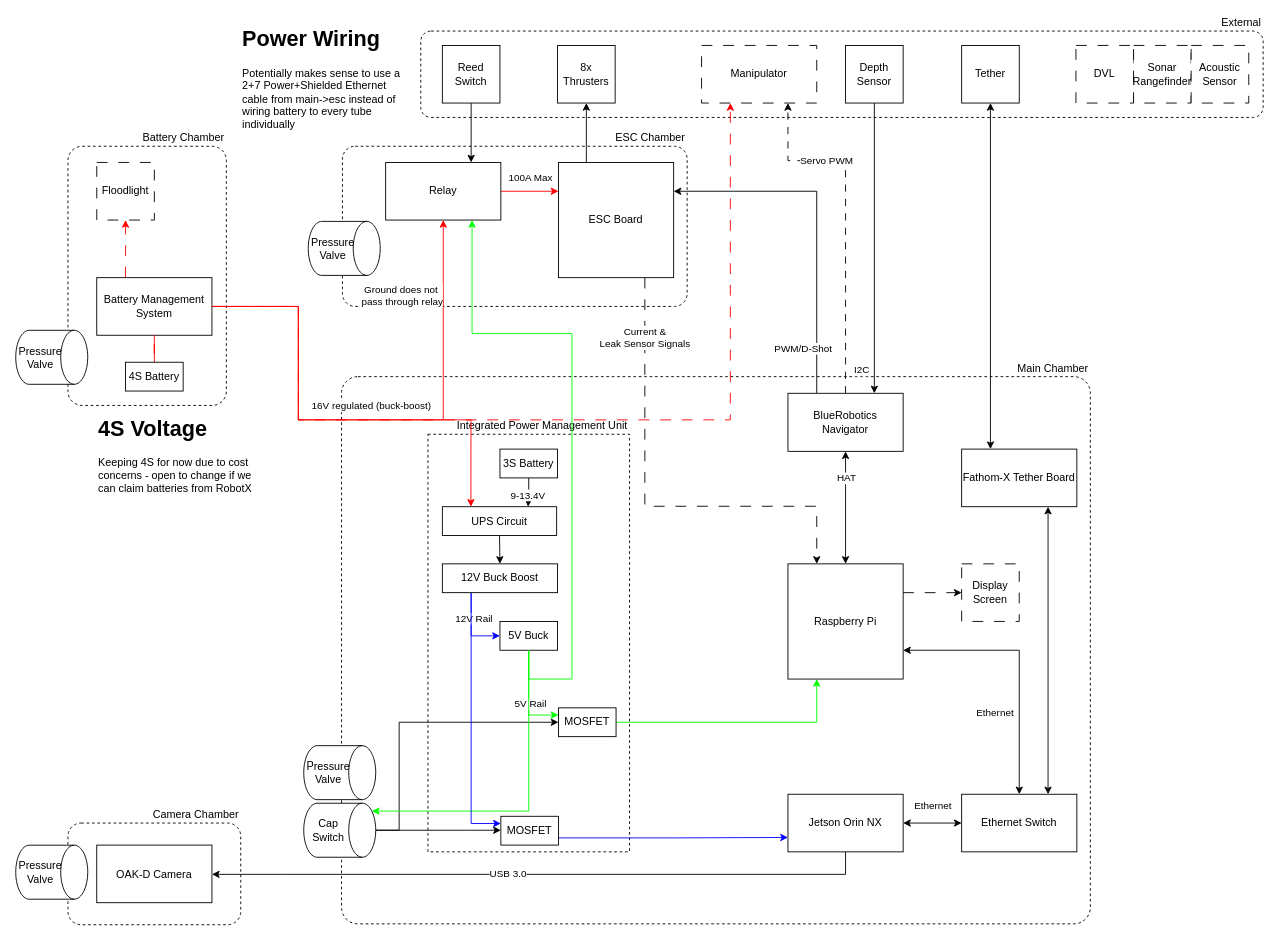
Above: page "Block Diagram" (1 of 3) of elec-block-v2.drawio in SOAR-UWU/Nemo-Hardware (draw.io), before the change. Source tidied: cells renumbered, new cells numbered last; positions are measured from the earlier drawing's top-left corner, leaving out a move shared by most shapes. Both pictures are drawn from the tidied source at 90%, with x=0, y=0 at pixel (24, 20).
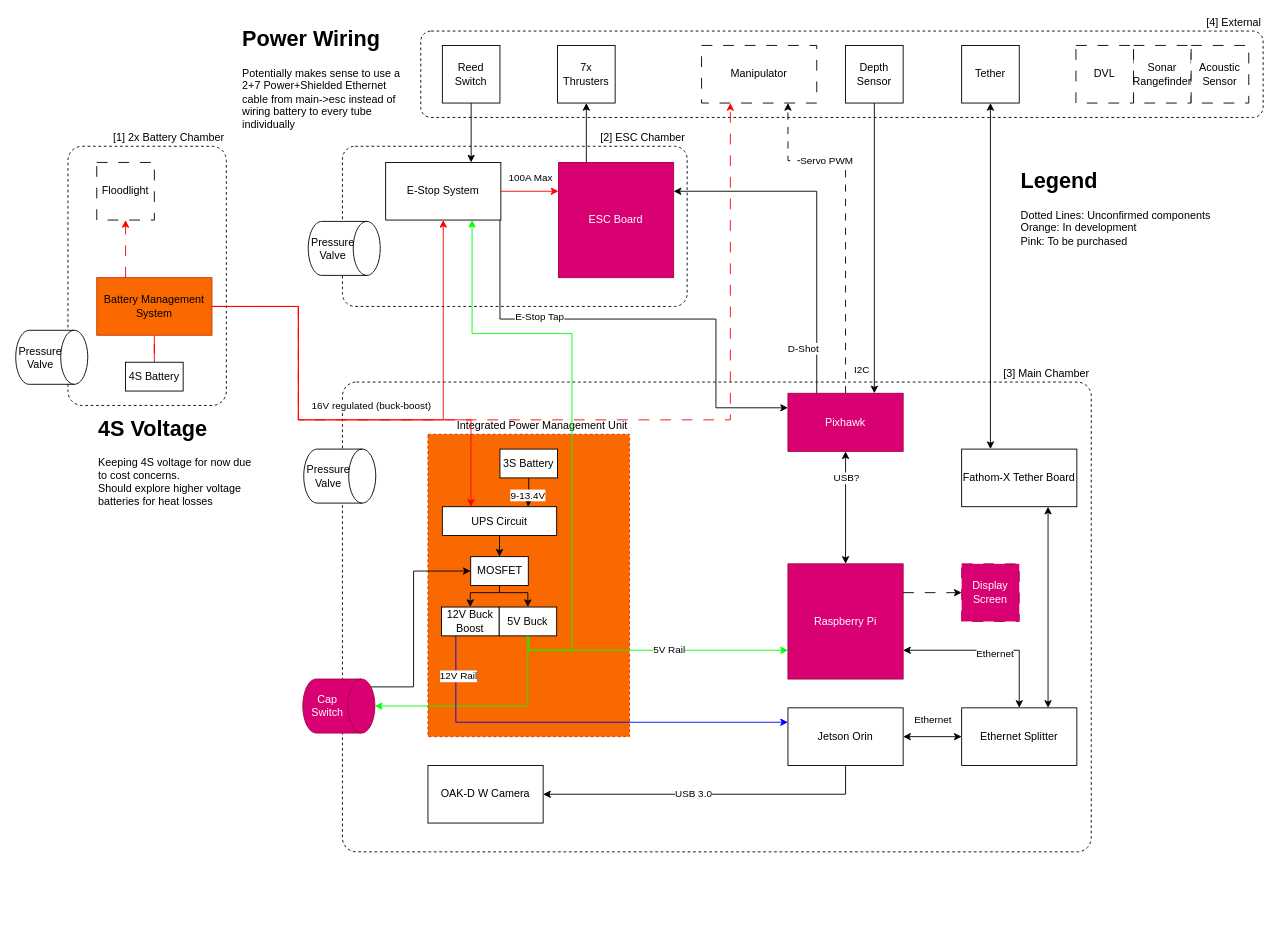
After the change.

Commit message (it also covers changes not shown here):
feat: tweaks, legend, colour code

tweaks to integrated power management unit - simplify to single mosfet
change to pixhawk
add explanatory table

The change refers to these unchanged cells:
```xml
<mxCell id="8" style="edgeStyle=orthogonalEdgeStyle;rounded=0;jettySize=auto;html=1;strokeColor=light-dark(#FF0000,#FF0000);entryX=0.5;entryY=1;entryDx=0;entryDy=0;exitX=1;exitY=0.5;exitDx=0;exitDy=0;" parent="1" edge="1" source="13" target="39">
  <mxGeometry relative="1" as="geometry">
    <Array as="points">
      <mxPoint x="304" y="318" />
      <mxPoint x="304" y="444" />
      <mxPoint x="465" y="444" />
    </Array>
  </mxGeometry>
</mxCell>
<mxCell id="16" style="edgeStyle=orthogonalEdgeStyle;rounded=0;jettySize=auto;html=1;startArrow=classic;startFill=1;" parent="1" edge="1" source="22" target="44">
  <mxGeometry relative="1" as="geometry" />
</mxCell>
<mxCell id="40" style="edgeStyle=orthogonalEdgeStyle;rounded=0;jettySize=auto;html=1;entryX=1;entryY=0.25;entryDx=0;entryDy=0;exitX=0.25;exitY=0;exitDx=0;exitDy=0;" parent="1" edge="1" source="44" target="26">
  <mxGeometry relative="1" as="geometry" />
</mxCell>
<mxCell id="84" value="UPS Circuit" style="rounded=0;whiteSpace=wrap;html=1;" parent="1" vertex="1">
  <mxGeometry x="464" y="540.5" width="127" height="32" as="geometry" />
</mxCell>
```

Diff of the diagram source:
```diff
@@
-    <mxCell id="2" value="Main Chamber" style="rounded=1;whiteSpace=wrap;html=1;dashed=1;labelPosition=center;verticalLabelPosition=top;align=right;verticalAlign=bottom;fillColor=none;arcSize=3;" parent="1" vertex="1">
-      <mxGeometry x="352" y="396" width="832" height="608" as="geometry" />
+    <mxCell id="2" value="[3] Main Chamber" style="rounded=1;whiteSpace=wrap;html=1;dashed=1;labelPosition=center;verticalLabelPosition=top;align=right;verticalAlign=bottom;fillColor=none;arcSize=3;" parent="1" vertex="1">
+      <mxGeometry x="353" y="402" width="832" height="522" as="geometry" />
     </mxCell>
-    <mxCell id="3" value="Integrated Power Management Unit" style="rounded=0;whiteSpace=wrap;html=1;fillColor=none;dashed=1;verticalAlign=bottom;labelPosition=center;verticalLabelPosition=top;align=right;" parent="1" vertex="1">
-      <mxGeometry x="448" y="460" width="224" height="464" as="geometry" />
+    <mxCell id="3" value="Integrated Power Management Unit" style="rounded=0;whiteSpace=wrap;html=1;dashed=1;verticalAlign=bottom;labelPosition=center;verticalLabelPosition=top;align=right;fillColor=#fa6800;fontColor=#000000;strokeColor=#C73500;" parent="1" vertex="1">
+      <mxGeometry x="448" y="460" width="224" height="336" as="geometry" />
     </mxCell>
-    <mxCell id="4" value="&lt;div&gt;External&lt;/div&gt;" style="rounded=1;whiteSpace=wrap;html=1;dashed=1;labelPosition=center;verticalLabelPosition=top;align=right;verticalAlign=bottom;fillColor=none;arcSize=12;" parent="1" vertex="1">
+    <mxCell id="4" value="[4]&amp;nbsp;External" style="rounded=1;whiteSpace=wrap;html=1;dashed=1;labelPosition=center;verticalLabelPosition=top;align=right;verticalAlign=bottom;fillColor=none;arcSize=12;" parent="1" vertex="1">
       <mxGeometry x="440" y="12" width="936" height="96" as="geometry" />
     </mxCell>
-    <mxCell id="5" value="ESC Chamber" style="rounded=1;whiteSpace=wrap;html=1;dashed=1;labelPosition=center;verticalLabelPosition=top;align=right;verticalAlign=bottom;fillColor=none;arcSize=8;" parent="1" vertex="1">
+    <mxCell id="5" value="[2] ESC Chamber" style="rounded=1;whiteSpace=wrap;html=1;dashed=1;labelPosition=center;verticalLabelPosition=top;align=right;verticalAlign=bottom;fillColor=none;arcSize=8;" parent="1" vertex="1">
       <mxGeometry x="353" y="140" width="383" height="178" as="geometry" />
     </mxCell>
-    <mxCell id="6" value="Camera Chamber" style="rounded=1;whiteSpace=wrap;html=1;dashed=1;labelPosition=center;verticalLabelPosition=top;align=right;verticalAlign=bottom;fillColor=none;arcSize=13;" parent="1" vertex="1">
-      <mxGeometry x="48" y="892" width="192" height="113" as="geometry" />
-    </mxCell>
-    <mxCell id="7" value="Battery Chamber" style="rounded=1;whiteSpace=wrap;html=1;dashed=1;labelPosition=center;verticalLabelPosition=top;align=right;verticalAlign=bottom;fillColor=none;arcSize=9;" parent="1" vertex="1">
+    <mxCell id="7" value="[1] 2x Battery Chamber" style="rounded=1;whiteSpace=wrap;html=1;dashed=1;labelPosition=center;verticalLabelPosition=top;align=right;verticalAlign=bottom;fillColor=none;arcSize=9;" parent="1" vertex="1">
       <mxGeometry x="48" y="140" width="176" height="288" as="geometry" />
     </mxCell>
@@
-    <mxCell id="10" value="Ground does not&lt;br&gt;&amp;nbsp;pass through relay" style="edgeLabel;html=1;align=center;verticalAlign=middle;" parent="8" vertex="1">
-      <mxGeometry x="0.82" y="2" relative="1" as="geometry">
-        <mxPoint x="-46" y="29" as="offset" />
-      </mxGeometry>
-    </mxCell>
@@
-    <mxCell id="13" value="Battery Management System" style="rounded=0;whiteSpace=wrap;html=1;" parent="1" vertex="1">
+    <mxCell id="13" value="Battery Management System" style="rounded=0;whiteSpace=wrap;html=1;fillColor=#fa6800;fontColor=#000000;strokeColor=#C73500;" parent="1" vertex="1">
       <mxGeometry x="80" y="286" width="128" height="64" as="geometry" />
     </mxCell>
@@
-    <mxCell id="17" value="HAT" style="edgeLabel;html=1;align=center;verticalAlign=middle;" parent="16" vertex="1">
+    <mxCell id="17" value="USB?" style="edgeLabel;html=1;align=center;verticalAlign=middle;" parent="16" vertex="1">
       <mxGeometry x="0.29" y="1" relative="1" as="geometry">
         <mxPoint x="1" y="-15" as="offset" />
       </mxGeometry>
     </mxCell>
@@
-    <mxCell id="22" value="Raspberry Pi" style="rounded=0;whiteSpace=wrap;html=1;" parent="1" vertex="1">
+    <mxCell id="22" value="Raspberry Pi" style="rounded=0;whiteSpace=wrap;html=1;fillColor=#d80073;fontColor=#ffffff;strokeColor=#A50040;" parent="1" vertex="1">
       <mxGeometry x="848" y="604" width="128" height="128" as="geometry" />
     </mxCell>
-    <mxCell id="23" value="8x Thrusters" style="rounded=0;whiteSpace=wrap;html=1;" parent="1" vertex="1">
+    <mxCell id="23" value="&lt;div&gt;7x Thrusters&lt;/div&gt;" style="rounded=0;whiteSpace=wrap;html=1;" parent="1" vertex="1">
       <mxGeometry x="592" y="28" width="64" height="64" as="geometry" />
     </mxCell>
-    <mxCell id="24" style="edgeStyle=orthogonalEdgeStyle;rounded=0;jettySize=auto;html=1;entryX=0.25;entryY=0;entryDx=0;entryDy=0;dashed=1;dashPattern=12 12;exitX=0.75;exitY=1;exitDx=0;exitDy=0;" parent="1" edge="1" source="26" target="22">
-      <mxGeometry relative="1" as="geometry">
-        <Array as="points">
-          <mxPoint x="689" y="540" />
-          <mxPoint x="880" y="540" />
-        </Array>
-      </mxGeometry>
-    </mxCell>
-    <mxCell id="25" value="&lt;div&gt;Current &amp;amp;&lt;/div&gt;&lt;div&gt;Leak Sensor Signals&lt;/div&gt;" style="edgeLabel;html=1;align=center;verticalAlign=middle;" parent="24" vertex="1">
-      <mxGeometry x="-0.69" relative="1" as="geometry">
-        <mxPoint x="-1" y="-13" as="offset" />
-      </mxGeometry>
-    </mxCell>
-    <mxCell id="26" value="ESC Board" style="rounded=0;whiteSpace=wrap;html=1;" parent="1" vertex="1">
+    <mxCell id="26" value="ESC Board" style="rounded=0;whiteSpace=wrap;html=1;fillColor=#d80073;fontColor=#ffffff;strokeColor=#A50040;" parent="1" vertex="1">
       <mxGeometry x="593" y="158" width="128" height="128" as="geometry" />
     </mxCell>
@@
-    <mxCell id="30" style="edgeStyle=orthogonalEdgeStyle;rounded=0;jettySize=auto;html=1;" parent="1" edge="1" source="32" target="33">
+    <mxCell id="30" style="edgeStyle=orthogonalEdgeStyle;rounded=0;jettySize=auto;html=1;entryX=1;entryY=0.5;entryDx=0;entryDy=0;" parent="1" edge="1" source="32" target="33">
       <mxGeometry relative="1" as="geometry">
         <Array as="points">
-          <mxPoint x="288" y="949" />
-          <mxPoint x="288" y="949" />
+          <mxPoint x="912" y="860" />
         </Array>
       </mxGeometry>
     </mxCell>
@@
-    <mxCell id="32" value="Jetson Orin NX" style="rounded=0;whiteSpace=wrap;html=1;" parent="1" vertex="1">
-      <mxGeometry x="848" y="860" width="128" height="64" as="geometry" />
+    <mxCell id="32" value="&lt;div&gt;Jetson Orin&lt;/div&gt;" style="rounded=0;whiteSpace=wrap;html=1;" parent="1" vertex="1">
+      <mxGeometry x="848" y="764" width="128" height="64" as="geometry" />
     </mxCell>
-    <mxCell id="33" value="OAK-D Camera" style="rounded=0;whiteSpace=wrap;html=1;" parent="1" vertex="1">
-      <mxGeometry x="80" y="916.5" width="128" height="64" as="geometry" />
+    <mxCell id="33" value="OAK-D W Camera" style="rounded=0;whiteSpace=wrap;html=1;" parent="1" vertex="1">
+      <mxGeometry x="448" y="828" width="128" height="64" as="geometry" />
     </mxCell>
-    <mxCell id="34" style="edgeStyle=orthogonalEdgeStyle;rounded=0;jettySize=auto;html=1;strokeColor=light-dark(#00FF00,#00FF00);jumpStyle=arc;exitX=1;exitY=0.5;exitDx=0;exitDy=0;entryX=0.25;entryY=1;entryDx=0;entryDy=0;" parent="1" edge="1" source="69" target="22">
-      <mxGeometry relative="1" as="geometry" />
-    </mxCell>
     <mxCell id="35" style="edgeStyle=orthogonalEdgeStyle;rounded=0;jettySize=auto;html=1;strokeColor=light-dark(#00FF00,#00FF00);exitX=0.5;exitY=1;exitDx=0;exitDy=0;entryX=0.75;entryY=1;entryDx=0;entryDy=0;" parent="1" edge="1" source="36" target="39">
       <mxGeometry relative="1" as="geometry">
         <Array as="points">
-          <mxPoint x="560" y="732" />
-          <mxPoint x="608" y="732" />
+          <mxPoint x="560" y="684" />
+          <mxPoint x="560" y="700" />
+          <mxPoint x="608" y="700" />
           <mxPoint x="608" y="348" />
           <mxPoint x="497" y="348" />
         </Array>
       </mxGeometry>
     </mxCell>
     <mxCell id="36" value="5V Buck" style="rounded=0;whiteSpace=wrap;html=1;" parent="1" vertex="1">
-      <mxGeometry x="528" y="668" width="64" height="32" as="geometry" />
+      <mxGeometry x="527" y="652" width="64" height="32" as="geometry" />
     </mxCell>
@@
+    <mxCell id="85" style="edgeStyle=orthogonalEdgeStyle;rounded=0;jettySize=auto;html=1;entryX=0;entryY=0.25;entryDx=0;entryDy=0;" parent="1" edge="1" source="39" target="44">
+      <mxGeometry relative="1" as="geometry">
+        <Array as="points">
+          <mxPoint x="528" y="332" />
+          <mxPoint x="768" y="332" />
+          <mxPoint x="768" y="430.6" />
+        </Array>
+      </mxGeometry>
+    </mxCell>
+    <mxCell id="86" value="E-Stop Tap" style="edgeLabel;html=1;align=center;verticalAlign=middle;" parent="85" vertex="1">
+      <mxGeometry x="-0.42" y="3" relative="1" as="geometry" />
+    </mxCell>
-    <mxCell id="39" value="Relay" style="rounded=0;whiteSpace=wrap;html=1;" parent="1" vertex="1">
+    <mxCell id="39" value="E-Stop System" style="rounded=0;whiteSpace=wrap;html=1;" parent="1" vertex="1">
       <mxGeometry x="401" y="158" width="128" height="64" as="geometry" />
     </mxCell>
@@
-    <mxCell id="41" value="PWM/D-Shot" style="edgeLabel;html=1;align=center;verticalAlign=middle;" parent="40" vertex="1">
+    <mxCell id="41" value="D-Shot" style="edgeLabel;html=1;align=center;verticalAlign=middle;" parent="40" vertex="1">
       <mxGeometry x="0.12" y="-4" relative="1" as="geometry">
         <mxPoint x="-20" y="165" as="offset" />
       </mxGeometry>
     </mxCell>
@@
-    <mxCell id="44" value="&lt;div&gt;BlueRobotics&lt;/div&gt;&lt;div&gt;Navigator&lt;/div&gt;" style="rounded=0;whiteSpace=wrap;html=1;" parent="1" vertex="1">
+    <mxCell id="44" value="Pixhawk" style="rounded=0;whiteSpace=wrap;html=1;fillColor=#d80073;fontColor=#ffffff;strokeColor=#A50040;" parent="1" vertex="1">
       <mxGeometry x="848" y="414.5" width="128" height="64.5" as="geometry" />
     </mxCell>
@@
     <mxCell id="53" value="Pressure Valve" style="shape=cylinder3;whiteSpace=wrap;html=1;boundedLbl=1;backgroundOutline=1;size=15;rotation=90;horizontal=0;" parent="1" vertex="1">
-      <mxGeometry x="320" y="796" width="60" height="80" as="geometry" />
+      <mxGeometry x="320" y="466.5" width="60" height="80" as="geometry" />
     </mxCell>
-    <mxCell id="54" value="Pressure Valve" style="shape=cylinder3;whiteSpace=wrap;html=1;boundedLbl=1;backgroundOutline=1;size=15;rotation=90;horizontal=0;" parent="1" vertex="1">
-      <mxGeometry y="906.6" width="60" height="80" as="geometry" />
-    </mxCell>
@@
-    <mxCell id="57" value="Ethernet Switch" style="rounded=0;whiteSpace=wrap;html=1;" parent="1" vertex="1">
-      <mxGeometry x="1041" y="860" width="128" height="64" as="geometry" />
+    <mxCell id="57" value="Ethernet Splitter" style="rounded=0;whiteSpace=wrap;html=1;" parent="1" vertex="1">
+      <mxGeometry x="1041" y="764" width="128" height="64" as="geometry" />
     </mxCell>
@@
-    <mxCell id="60" value="&lt;h1 style=&quot;margin-top: 0px;&quot;&gt;4S Voltage&lt;/h1&gt;Keeping 4S for now due to cost concerns - open to change if we can claim batteries from RobotX" style="text;html=1;whiteSpace=wrap;overflow=hidden;rounded=0;" parent="1" vertex="1">
+    <mxCell id="60" value="&lt;h1 style=&quot;margin-top: 0px;&quot;&gt;4S Voltage&lt;/h1&gt;&lt;div&gt;Keeping 4S voltage for now due to cost concerns.&lt;/div&gt;&lt;div&gt;Should explore higher voltage batteries for heat losses&lt;/div&gt;" style="text;html=1;whiteSpace=wrap;overflow=hidden;rounded=0;" parent="1" vertex="1">
       <mxGeometry x="80" y="432.5" width="180" height="120" as="geometry" />
     </mxCell>
-    <mxCell id="61" value="Display Screen" style="rounded=0;whiteSpace=wrap;html=1;dashed=1;dashPattern=12 12;" parent="1" vertex="1">
+    <mxCell id="61" value="Display Screen" style="rounded=0;whiteSpace=wrap;html=1;dashed=1;dashPattern=12 12;fillColor=#d80073;fontColor=#ffffff;strokeColor=#A50040;" parent="1" vertex="1">
       <mxGeometry x="1041" y="604" width="64" height="64" as="geometry" />
     </mxCell>
@@
-    <mxCell id="63" style="edgeStyle=orthogonalEdgeStyle;rounded=0;jettySize=auto;html=1;strokeColor=light-dark(#0000FF,#0000FF);exitX=1;exitY=0.75;exitDx=0;exitDy=0;entryX=0;entryY=0.75;entryDx=0;entryDy=0;" parent="1" edge="1" source="71" target="32">
-      <mxGeometry relative="1" as="geometry" />
-    </mxCell>
-    <mxCell id="64" style="edgeStyle=orthogonalEdgeStyle;rounded=0;jettySize=auto;html=1;entryX=0;entryY=0.5;entryDx=0;entryDy=0;" parent="1" edge="1" source="66" target="69">
+    <mxCell id="64" style="edgeStyle=orthogonalEdgeStyle;rounded=0;jettySize=auto;html=1;entryX=0;entryY=0.5;entryDx=0;entryDy=0;exitX=0.145;exitY=0;exitDx=0;exitDy=4.35;exitPerimeter=0;" parent="1" edge="1" source="66" target="90">
       <mxGeometry relative="1" as="geometry">
         <Array as="points">
-          <mxPoint x="416" y="900" />
-          <mxPoint x="416" y="780" />
+          <mxPoint x="432" y="740.7" />
+          <mxPoint x="432" y="612" />
         </Array>
       </mxGeometry>
     </mxCell>
-    <mxCell id="65" style="edgeStyle=orthogonalEdgeStyle;rounded=0;jettySize=auto;html=1;exitX=0.5;exitY=0;exitDx=0;exitDy=0;exitPerimeter=0;" parent="1" edge="1" source="66" target="71">
-      <mxGeometry relative="1" as="geometry">
-        <Array as="points">
-          <mxPoint x="496" y="900" />
-          <mxPoint x="496" y="900" />
-        </Array>
-      </mxGeometry>
-    </mxCell>
-    <mxCell id="66" value="Cap Switch" style="shape=cylinder3;whiteSpace=wrap;html=1;boundedLbl=1;backgroundOutline=1;size=15;rotation=90;horizontal=0;" parent="1" vertex="1">
-      <mxGeometry x="320" y="860" width="60" height="80" as="geometry" />
+    <mxCell id="66" value="Cap Switch" style="shape=cylinder3;whiteSpace=wrap;html=1;boundedLbl=1;backgroundOutline=1;size=15;rotation=90;horizontal=0;fillColor=#d80073;fontColor=#ffffff;strokeColor=#A50040;" parent="1" vertex="1">
+      <mxGeometry x="319" y="722" width="60" height="80" as="geometry" />
     </mxCell>
-    <mxCell id="67" style="edgeStyle=orthogonalEdgeStyle;rounded=0;jettySize=auto;html=1;strokeColor=light-dark(#00FF00,#00FF00);jumpStyle=arc;exitX=0.5;exitY=1;exitDx=0;exitDy=0;entryX=0;entryY=0.25;entryDx=0;entryDy=0;" parent="1" edge="1" source="36" target="69">
-      <mxGeometry relative="1" as="geometry" />
+    <mxCell id="67" style="edgeStyle=orthogonalEdgeStyle;rounded=0;jettySize=auto;html=1;strokeColor=light-dark(#00FF00,#00FF00);jumpStyle=arc;exitX=0.5;exitY=1;exitDx=0;exitDy=0;entryX=0;entryY=0.75;entryDx=0;entryDy=0;" parent="1" edge="1" source="36" target="22">
+      <mxGeometry relative="1" as="geometry">
+        <Array as="points">
+          <mxPoint x="559" y="700" />
+        </Array>
+      </mxGeometry>
     </mxCell>
@@
-    <mxCell id="69" value="MOSFET" style="rounded=0;whiteSpace=wrap;html=1;" parent="1" vertex="1">
-      <mxGeometry x="593" y="764" width="64" height="32" as="geometry" />
-    </mxCell>
-    <mxCell id="70" style="edgeStyle=orthogonalEdgeStyle;rounded=0;jettySize=auto;html=1;entryX=0.145;entryY=0;entryDx=0;entryDy=4.35;entryPerimeter=0;strokeColor=light-dark(#00FF00,#00FF00);exitX=0.5;exitY=1;exitDx=0;exitDy=0;" parent="1" edge="1" source="36" target="66">
+    <mxCell id="70" style="edgeStyle=orthogonalEdgeStyle;rounded=0;jettySize=auto;html=1;entryX=0.5;entryY=0;entryDx=0;entryDy=0;entryPerimeter=0;strokeColor=light-dark(#00FF00,#00FF00);exitX=0.5;exitY=1;exitDx=0;exitDy=0;" parent="1" edge="1" source="36" target="66">
       <mxGeometry relative="1" as="geometry">
         <Array as="points">
-          <mxPoint x="560" y="879" />
+          <mxPoint x="559" y="762" />
         </Array>
       </mxGeometry>
     </mxCell>
-    <mxCell id="71" value="MOSFET" style="rounded=0;whiteSpace=wrap;html=1;" parent="1" vertex="1">
-      <mxGeometry x="529" y="884.5" width="64" height="32" as="geometry" />
-    </mxCell>
@@
-    <mxCell id="76" style="edgeStyle=orthogonalEdgeStyle;rounded=0;jettySize=auto;html=1;entryX=0;entryY=0.25;entryDx=0;entryDy=0;exitX=0.25;exitY=1;exitDx=0;exitDy=0;strokeColor=light-dark(#0000FF,#0000FF);" parent="1" edge="1" source="79" target="71">
+    <mxCell id="76" style="edgeStyle=orthogonalEdgeStyle;rounded=0;jettySize=auto;html=1;entryX=0;entryY=0.25;entryDx=0;entryDy=0;exitX=0.25;exitY=1;exitDx=0;exitDy=0;strokeColor=light-dark(#0000FF,#0000FF);" parent="1" edge="1" source="79" target="32">
       <mxGeometry relative="1" as="geometry" />
     </mxCell>
@@
-    <mxCell id="78" style="edgeStyle=orthogonalEdgeStyle;rounded=0;jettySize=auto;html=1;entryX=0;entryY=0.5;entryDx=0;entryDy=0;exitX=0.25;exitY=1;exitDx=0;exitDy=0;strokeColor=light-dark(#0000FF,#0000FF);" parent="1" edge="1" source="79" target="36">
-      <mxGeometry relative="1" as="geometry" />
-    </mxCell>
     <mxCell id="79" value="12V Buck Boost" style="rounded=0;whiteSpace=wrap;html=1;" parent="1" vertex="1">
-      <mxGeometry x="464" y="604" width="128" height="32" as="geometry" />
+      <mxGeometry x="463" y="652" width="64" height="32" as="geometry" />
     </mxCell>
@@
-    <mxCell id="83" style="edgeStyle=orthogonalEdgeStyle;rounded=0;jettySize=auto;html=1;entryX=0.5;entryY=0;entryDx=0;entryDy=0;exitX=0.5;exitY=1;exitDx=0;exitDy=0;" parent="1" edge="1" source="84" target="79">
-      <mxGeometry relative="1" as="geometry" />
-    </mxCell>
+    <mxCell id="87" style="edgeStyle=orthogonalEdgeStyle;rounded=0;jettySize=auto;html=1;" parent="1" edge="1" source="84" target="90">
+      <mxGeometry relative="1" as="geometry" />
+    </mxCell>
@@
+    <mxCell id="88" style="edgeStyle=orthogonalEdgeStyle;rounded=0;jettySize=auto;html=1;" parent="1" edge="1" source="90" target="79">
+      <mxGeometry relative="1" as="geometry">
+        <Array as="points">
+          <mxPoint x="527.5" y="636" />
+          <mxPoint x="495" y="636" />
+        </Array>
+      </mxGeometry>
+    </mxCell>
+    <mxCell id="89" style="edgeStyle=orthogonalEdgeStyle;rounded=0;jettySize=auto;html=1;" parent="1" edge="1" source="90" target="36">
+      <mxGeometry relative="1" as="geometry">
+        <Array as="points">
+          <mxPoint x="527.5" y="636" />
+          <mxPoint x="559" y="636" />
+        </Array>
+      </mxGeometry>
+    </mxCell>
+    <mxCell id="90" value="MOSFET" style="rounded=0;whiteSpace=wrap;html=1;" parent="1" vertex="1">
+      <mxGeometry x="495.5" y="596" width="64" height="32" as="geometry" />
+    </mxCell>
+    <mxCell id="91" value="&lt;h1 style=&quot;margin-top: 0px;&quot;&gt;Legend&lt;/h1&gt;Dotted Lines: Unconfirmed components&lt;br&gt;Orange: In development&lt;br&gt;Pink: To be purchased" style="text;html=1;whiteSpace=wrap;overflow=hidden;rounded=0;" parent="1" vertex="1">
+      <mxGeometry x="1105" y="158" width="256" height="120" as="geometry" />
+    </mxCell>
```
